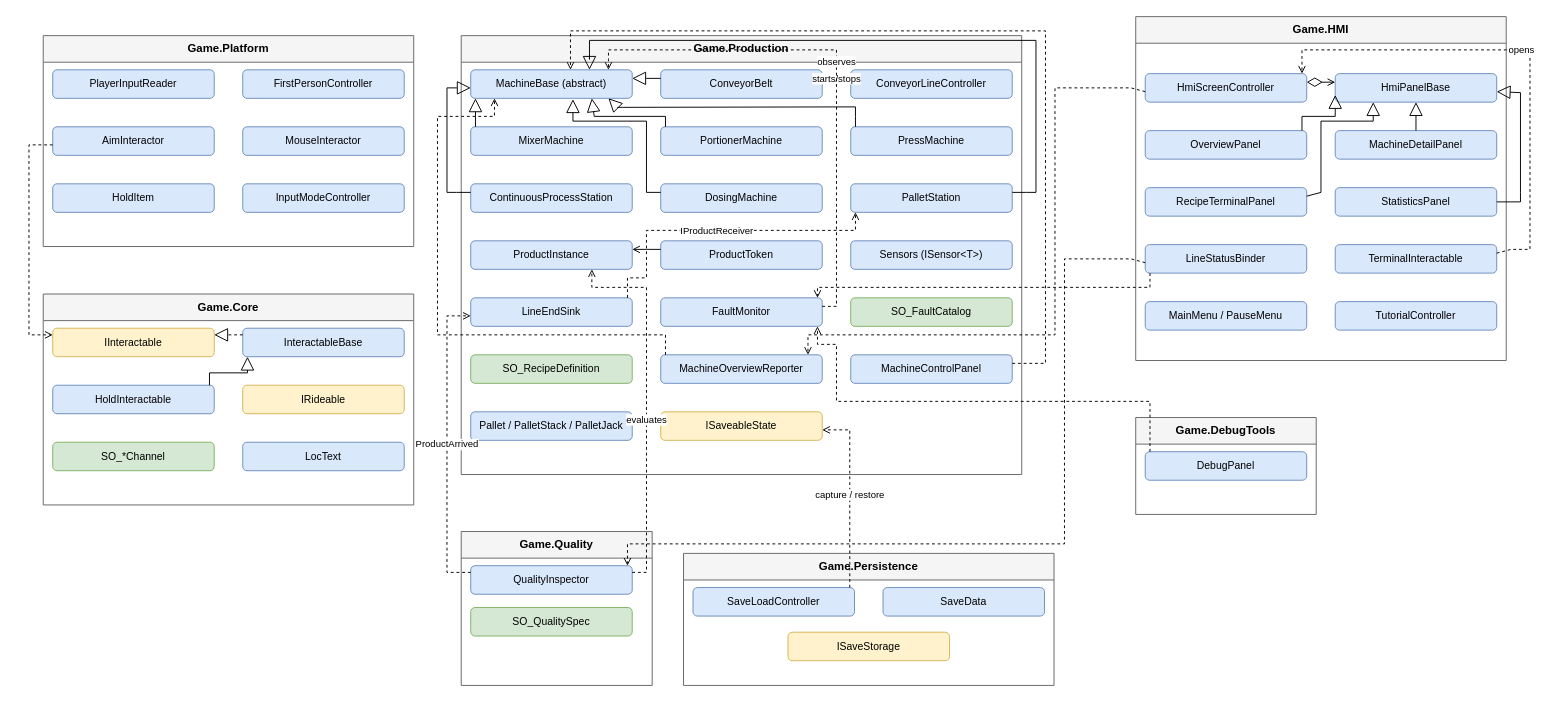
letusgetLogic/food-production-simulator keeps this draw.io diagram as page "2 Overview" (2 of 11) of Docs/UML/FPS-UML.drawio. Above is the earlier version. Source tidied: cells renumbered, new cells numbered last; positions are measured from the earlier drawing's top-left corner, leaving out a move shared by most shapes. Both pictures are drawn from the tidied source at 95%, with x=0, y=0 at pixel (28, 16).
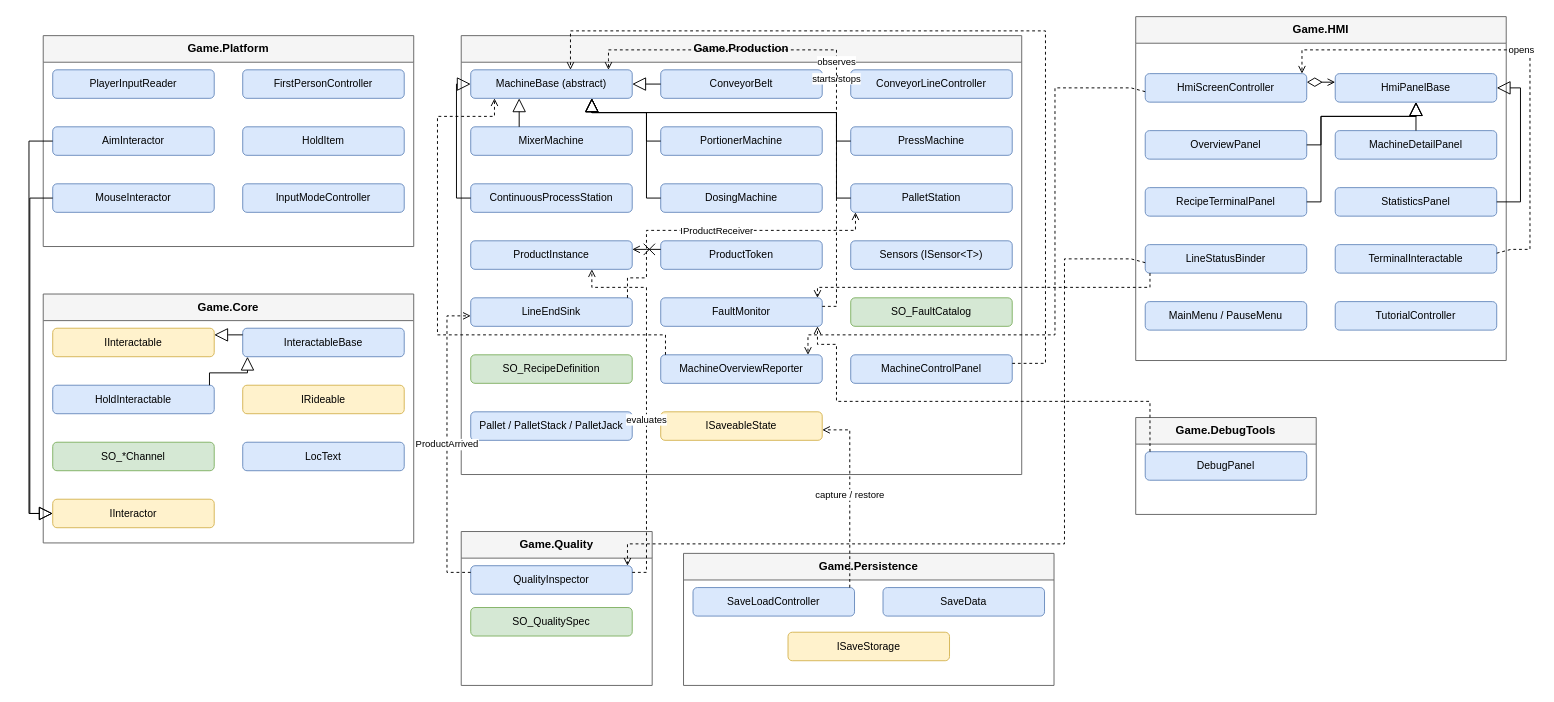
After the change.

The change refers to these unchanged cells:
```xml
<mxCell id="2" value="Game.Platform" style="swimlane;fontStyle=1;startSize=28;html=1;whiteSpace=wrap;fillColor=#f5f5f5;strokeColor=#666666;swimlaneFillColor=#ffffff;" parent="1" vertex="1">
  <mxGeometry x="15" y="20" width="390" height="222" as="geometry" />
</mxCell>
<mxCell id="5" value="AimInteractor" style="rounded=1;whiteSpace=wrap;html=1;fillColor=#dae8fc;strokeColor=#6c8ebf;fontSize=11;" parent="2" vertex="1">
  <mxGeometry x="10" y="96" width="170" height="30" as="geometry" />
</mxCell>
<mxCell id="10" value="IInteractable" style="rounded=1;whiteSpace=wrap;html=1;fillColor=#fff2cc;strokeColor=#d6b656;fontSize=11;" parent="9" vertex="1">
  <mxGeometry x="10" y="36" width="170" height="30" as="geometry" />
</mxCell>
<mxCell id="11" value="InteractableBase" style="rounded=1;whiteSpace=wrap;html=1;fillColor=#dae8fc;strokeColor=#6c8ebf;fontSize=11;" parent="9" vertex="1">
  <mxGeometry x="210" y="36" width="170" height="30" as="geometry" />
</mxCell>
<mxCell id="17" value="MachineBase (abstract)" style="rounded=1;whiteSpace=wrap;html=1;fillColor=#dae8fc;strokeColor=#6c8ebf;fontSize=11;" parent="16" vertex="1">
  <mxGeometry x="10" y="36" width="170" height="30" as="geometry" />
</mxCell>
<mxCell id="18" value="ConveyorBelt" style="rounded=1;whiteSpace=wrap;html=1;fillColor=#dae8fc;strokeColor=#6c8ebf;fontSize=11;" parent="16" vertex="1">
  <mxGeometry x="210" y="36" width="170" height="30" as="geometry" />
</mxCell>
<mxCell id="20" value="MixerMachine" style="rounded=1;whiteSpace=wrap;html=1;fillColor=#dae8fc;strokeColor=#6c8ebf;fontSize=11;" parent="16" vertex="1">
  <mxGeometry x="10" y="96" width="170" height="30" as="geometry" />
</mxCell>
<mxCell id="21" value="PortionerMachine" style="rounded=1;whiteSpace=wrap;html=1;fillColor=#dae8fc;strokeColor=#6c8ebf;fontSize=11;" parent="16" vertex="1">
  <mxGeometry x="210" y="96" width="170" height="30" as="geometry" />
</mxCell>
<mxCell id="22" value="PressMachine" style="rounded=1;whiteSpace=wrap;html=1;fillColor=#dae8fc;strokeColor=#6c8ebf;fontSize=11;" parent="16" vertex="1">
  <mxGeometry x="410" y="96" width="170" height="30" as="geometry" />
</mxCell>
<mxCell id="23" value="ContinuousProcessStation" style="rounded=1;whiteSpace=wrap;html=1;fillColor=#dae8fc;strokeColor=#6c8ebf;fontSize=11;" parent="16" vertex="1">
  <mxGeometry x="10" y="156" width="170" height="30" as="geometry" />
</mxCell>
<mxCell id="24" value="DosingMachine" style="rounded=1;whiteSpace=wrap;html=1;fillColor=#dae8fc;strokeColor=#6c8ebf;fontSize=11;" parent="16" vertex="1">
  <mxGeometry x="210" y="156" width="170" height="30" as="geometry" />
</mxCell>
<mxCell id="25" value="PalletStation" style="rounded=1;whiteSpace=wrap;html=1;fillColor=#dae8fc;strokeColor=#6c8ebf;fontSize=11;" parent="16" vertex="1">
  <mxGeometry x="410" y="156" width="170" height="30" as="geometry" />
</mxCell>
<mxCell id="26" value="ProductInstance" style="rounded=1;whiteSpace=wrap;html=1;fillColor=#dae8fc;strokeColor=#6c8ebf;fontSize=11;" parent="16" vertex="1">
  <mxGeometry x="10" y="216" width="170" height="30" as="geometry" />
</mxCell>
<mxCell id="27" value="ProductToken" style="rounded=1;whiteSpace=wrap;html=1;fillColor=#dae8fc;strokeColor=#6c8ebf;fontSize=11;" parent="16" vertex="1">
  <mxGeometry x="210" y="216" width="170" height="30" as="geometry" />
</mxCell>
<mxCell id="44" value="Game.HMI" style="swimlane;fontStyle=1;startSize=28;html=1;whiteSpace=wrap;fillColor=#f5f5f5;strokeColor=#666666;swimlaneFillColor=#ffffff;" parent="1" vertex="1">
  <mxGeometry x="1165" width="390" height="362" as="geometry" />
</mxCell>
<mxCell id="46" value="HmiPanelBase" style="rounded=1;whiteSpace=wrap;html=1;fillColor=#dae8fc;strokeColor=#6c8ebf;fontSize=11;" parent="44" vertex="1">
  <mxGeometry x="210" y="60" width="170" height="30" as="geometry" />
</mxCell>
<mxCell id="47" value="OverviewPanel" style="rounded=1;whiteSpace=wrap;html=1;fillColor=#dae8fc;strokeColor=#6c8ebf;fontSize=11;" parent="44" vertex="1">
  <mxGeometry x="10" y="120" width="170" height="30" as="geometry" />
</mxCell>
<mxCell id="49" value="RecipeTerminalPanel" style="rounded=1;whiteSpace=wrap;html=1;fillColor=#dae8fc;strokeColor=#6c8ebf;fontSize=11;" parent="44" vertex="1">
  <mxGeometry x="10" y="180" width="170" height="30" as="geometry" />
</mxCell>
<mxCell id="50" value="StatisticsPanel" style="rounded=1;whiteSpace=wrap;html=1;fillColor=#dae8fc;strokeColor=#6c8ebf;fontSize=11;" parent="44" vertex="1">
  <mxGeometry x="210" y="180" width="170" height="30" as="geometry" />
</mxCell>
```

Diff of the diagram source:
```diff
@@
     <mxCell id="6" value="MouseInteractor" style="rounded=1;whiteSpace=wrap;html=1;fillColor=#dae8fc;strokeColor=#6c8ebf;fontSize=11;" parent="2" vertex="1">
-      <mxGeometry x="210" y="96" width="170" height="30" as="geometry" />
+      <mxGeometry x="10" y="156" width="170" height="30" as="geometry" />
     </mxCell>
     <mxCell id="7" value="HoldItem" style="rounded=1;whiteSpace=wrap;html=1;fillColor=#dae8fc;strokeColor=#6c8ebf;fontSize=11;" parent="2" vertex="1">
-      <mxGeometry x="10" y="156" width="170" height="30" as="geometry" />
+      <mxGeometry x="210" y="96" width="170" height="30" as="geometry" />
     </mxCell>
@@
     <mxCell id="9" value="Game.Core" style="swimlane;fontStyle=1;startSize=28;html=1;whiteSpace=wrap;fillColor=#f5f5f5;strokeColor=#666666;swimlaneFillColor=#ffffff;" parent="1" vertex="1">
-      <mxGeometry x="15" y="292" width="390" height="222" as="geometry" />
+      <mxGeometry x="15" y="292" width="390" height="262" as="geometry" />
     </mxCell>
@@
+    <mxCell id="86" value="IInteractor" style="rounded=1;whiteSpace=wrap;html=1;fillColor=#fff2cc;strokeColor=#d6b656;fontSize=11;" parent="9" vertex="1">
+      <mxGeometry x="10" y="216" width="170" height="30" as="geometry" />
+    </mxCell>
@@
-    <mxCell id="55" style="html=1;rounded=0;fontSize=10;labelBackgroundColor=#ffffff;edgeStyle=none;endArrow=block;endFill=0;endSize=12;exitX=0.9706;exitY=0.0000;exitDx=0;exitDy=0;entryX=0;entryY=0.75;entryDx=0;entryDy=0;" parent="44" edge="1" source="47" target="46">
-      <mxGeometry x="-0.23" relative="1" as="geometry">
+    <mxCell id="55" style="html=1;rounded=0;fontSize=10;labelBackgroundColor=#ffffff;edgeStyle=none;endArrow=block;endFill=0;endSize=12;exitX=1;exitY=0.5;exitDx=0;exitDy=0;entryX=0.5;entryY=1;entryDx=0;entryDy=0;" parent="1" edge="1" source="47" target="46">
+      <mxGeometry relative="1" as="geometry">
         <Array as="points">
-          <mxPoint x="175" y="105" />
-          <mxPoint x="210" y="105" />
+          <mxPoint x="1360" y="135" />
+          <mxPoint x="1360" y="105" />
+          <mxPoint x="1460" y="105" />
         </Array>
       </mxGeometry>
     </mxCell>
@@
-    <mxCell id="58" style="html=1;rounded=0;fontSize=10;labelBackgroundColor=#ffffff;edgeStyle=none;endArrow=block;endFill=0;endSize=12;exitX=0.0294;exitY=0.0000;exitDx=0;exitDy=0;entryX=0.0294;entryY=1.0000;entryDx=0;entryDy=0;" parent="1" edge="1" source="20" target="17">
-      <mxGeometry relative="1" as="geometry">
-        <Array as="points">
-          <mxPoint x="470" y="105" />
-        </Array>
-      </mxGeometry>
+    <mxCell id="58" style="html=1;rounded=0;fontSize=10;labelBackgroundColor=#ffffff;edgeStyle=none;endArrow=block;endFill=0;endSize=12;exitX=0.3;exitY=0;exitDx=0;exitDy=0;entryX=0.3;entryY=1;entryDx=0;entryDy=0;" parent="1" edge="1" source="20" target="17">
+      <mxGeometry relative="1" as="geometry" />
     </mxCell>
@@
-    <mxCell id="60" style="html=1;rounded=0;fontSize=10;labelBackgroundColor=#ffffff;edgeStyle=none;endArrow=block;endFill=0;endSize=12;exitX=0.0000;exitY=0.3000;exitDx=0;exitDy=0;entryX=0.0000;entryY=0.6333;entryDx=0;entryDy=0;" parent="1" edge="1" source="23" target="17">
+    <mxCell id="60" style="html=1;rounded=0;fontSize=10;labelBackgroundColor=#ffffff;edgeStyle=none;endArrow=block;endFill=0;endSize=12;exitX=0;exitY=0.5;exitDx=0;exitDy=0;entryX=0;entryY=0.5;entryDx=0;entryDy=0;" parent="1" edge="1" source="23" target="17">
       <mxGeometry relative="1" as="geometry">
         <Array as="points">
-          <mxPoint x="450" y="185" />
-          <mxPoint x="440" y="185" />
-          <mxPoint x="440" y="75" />
-          <mxPoint x="450" y="75" />
+          <mxPoint x="450" y="191" />
+          <mxPoint x="450" y="71" />
         </Array>
       </mxGeometry>
     </mxCell>
-    <mxCell id="61" style="html=1;rounded=0;fontSize=10;labelBackgroundColor=#ffffff;edgeStyle=none;endArrow=block;endFill=0;endSize=12;exitX=1;exitY=0.5;exitDx=0;exitDy=0;entryX=1.0000;entryY=0.6333;entryDx=0;entryDy=0;" parent="1" edge="1" source="50" target="46">
-      <mxGeometry x="0.01" relative="1" as="geometry">
+    <mxCell id="61" style="html=1;rounded=0;fontSize=10;labelBackgroundColor=#ffffff;edgeStyle=none;endArrow=block;endFill=0;endSize=12;exitX=1;exitY=0.5;exitDx=0;exitDy=0;entryX=1;entryY=0.5;entryDx=0;entryDy=0;" parent="1" edge="1" source="50" target="46">
+      <mxGeometry relative="1" as="geometry">
         <Array as="points">
           <mxPoint x="1570" y="195" />
-          <mxPoint x="1570" y="185" />
-          <mxPoint x="1570" y="80" />
+          <mxPoint x="1570" y="75" />
         </Array>
       </mxGeometry>
     </mxCell>
-    <mxCell id="62" style="html=1;rounded=0;fontSize=10;labelBackgroundColor=#ffffff;edgeStyle=none;endArrow=block;endFill=0;endSize=12;exitX=0.0000;exitY=0.3000;exitDx=0;exitDy=0;entryX=1.0000;entryY=0.3000;entryDx=0;entryDy=0;" parent="1" edge="1" source="18" target="17">
-      <mxGeometry relative="1" as="geometry">
-        <Array as="points">
-          <mxPoint x="650" y="65" />
-        </Array>
-      </mxGeometry>
+    <mxCell id="62" style="html=1;rounded=0;fontSize=10;labelBackgroundColor=#ffffff;edgeStyle=none;endArrow=block;endFill=0;endSize=12;exitX=0;exitY=0.5;exitDx=0;exitDy=0;entryX=1;entryY=0.5;entryDx=0;entryDy=0;" parent="1" edge="1" source="18" target="17">
+      <mxGeometry relative="1" as="geometry" />
     </mxCell>
@@
-    <mxCell id="64" style="html=1;rounded=0;fontSize=10;labelBackgroundColor=#ffffff;edgeStyle=none;endArrow=open;endFill=0;exitX=0.0000;exitY=0.3000;exitDx=0;exitDy=0;entryX=1.0000;entryY=0.3000;entryDx=0;entryDy=0;" parent="1" edge="1" source="27" target="26">
+    <mxCell id="64" style="html=1;rounded=0;fontSize=10;labelBackgroundColor=#ffffff;edgeStyle=none;endArrow=open;endFill=0;exitX=0.0000;exitY=0.3000;exitDx=0;exitDy=0;entryX=1.0000;entryY=0.3000;entryDx=0;entryDy=0;startArrow=cross;startSize=10;startFill=0;" parent="1" edge="1" source="27" target="26">
       <mxGeometry relative="1" as="geometry">
         <Array as="points">
           <mxPoint x="650" y="245" />
         </Array>
       </mxGeometry>
     </mxCell>
@@
-    <mxCell id="66" style="html=1;rounded=0;fontSize=10;labelBackgroundColor=#ffffff;edgeStyle=none;endArrow=block;endFill=0;endSize=12;dashed=1;exitX=0.0000;exitY=0.2333;exitDx=0;exitDy=0;entryX=1.0000;entryY=0.2333;entryDx=0;entryDy=0;" parent="1" edge="1" source="11" target="10">
+    <mxCell id="66" style="html=1;rounded=0;fontSize=10;labelBackgroundColor=#ffffff;edgeStyle=none;endArrow=block;endFill=0;endSize=12;exitX=0.0000;exitY=0.2333;exitDx=0;exitDy=0;entryX=1.0000;entryY=0.2333;entryDx=0;entryDy=0;" parent="1" edge="1" source="11" target="10">
       <mxGeometry relative="1" as="geometry">
         <Array as="points">
           <mxPoint x="210" y="335" />
         </Array>
       </mxGeometry>
     </mxCell>
-    <mxCell id="67" style="html=1;rounded=0;fontSize=10;labelBackgroundColor=#ffffff;edgeStyle=none;endArrow=open;endFill=0;dashed=1;exitX=0.0000;exitY=0.6333;exitDx=0;exitDy=0;entryX=0.0000;entryY=0.2333;entryDx=0;entryDy=0;" parent="1" edge="1" source="5" target="10">
+    <mxCell id="67" style="html=1;rounded=0;fontSize=10;labelBackgroundColor=#ffffff;edgeStyle=none;endArrow=block;endFill=0;endSize=12;exitX=0;exitY=0.5;exitDx=0;exitDy=0;entryX=0;entryY=0.5;entryDx=0;entryDy=0;" parent="1" edge="1" source="5" target="86">
       <mxGeometry relative="1" as="geometry">
         <Array as="points">
-          <mxPoint x="10" y="135" />
-          <mxPoint y="135" />
-          <mxPoint y="335" />
-          <mxPoint x="10" y="335" />
+          <mxPoint y="131" />
+          <mxPoint y="523" />
         </Array>
       </mxGeometry>
     </mxCell>
+    <mxCell id="87" style="html=1;rounded=0;fontSize=10;labelBackgroundColor=#ffffff;edgeStyle=orthogonalEdgeStyle;endArrow=block;endFill=0;endSize=12;exitX=0;exitY=0.5;exitDx=0;exitDy=0;entryX=0;entryY=0.5;entryDx=0;entryDy=0;" parent="1" edge="1" source="6" target="86">
+      <mxGeometry x="0.96" relative="1" as="geometry">
+        <Array as="points">
+          <mxPoint x="0.9" y="190.8" />
+          <mxPoint x="0.9" y="523.1" />
+        </Array>
+      </mxGeometry>
+    </mxCell>
-    <mxCell id="68" style="html=1;rounded=0;fontSize=10;labelBackgroundColor=#ffffff;edgeStyle=none;endArrow=block;endFill=0;endSize=12;exitX=0.0294;exitY=0.0000;exitDx=0;exitDy=0;entryX=0.75;entryY=1;entryDx=0;entryDy=0;" parent="1" edge="1" source="21" target="17">
-      <mxGeometry x="-0.33" relative="1" as="geometry">
+    <mxCell id="68" style="html=1;rounded=0;fontSize=10;labelBackgroundColor=#ffffff;edgeStyle=none;endArrow=block;endFill=0;endSize=12;exitX=0;exitY=0.5;exitDx=0;exitDy=0;entryX=0.75;entryY=1;entryDx=0;entryDy=0;" parent="1" edge="1" source="21" target="17">
+      <mxGeometry relative="1" as="geometry">
         <Array as="points">
-          <mxPoint x="670" y="105" />
-          <mxPoint x="595" y="105" />
+          <mxPoint x="650" y="131" />
+          <mxPoint x="650" y="101" />
+          <mxPoint x="592.5" y="101" />
         </Array>
       </mxGeometry>
     </mxCell>
@@
-    <mxCell id="71" style="html=1;rounded=0;fontSize=10;labelBackgroundColor=#ffffff;edgeStyle=none;endArrow=block;endFill=0;endSize=12;exitX=0.0000;exitY=0.3000;exitDx=0;exitDy=0;entryX=0.633;entryY=1.03;entryDx=0;entryDy=0;entryPerimeter=0;" parent="1" edge="1" source="24" target="17">
-      <mxGeometry x="-0.37" relative="1" as="geometry">
+    <mxCell id="71" style="html=1;rounded=0;fontSize=10;labelBackgroundColor=#ffffff;edgeStyle=none;endArrow=block;endFill=0;endSize=12;exitX=0;exitY=0.5;exitDx=0;exitDy=0;entryX=0.75;entryY=1;entryDx=0;entryDy=0;" parent="1" edge="1" source="24" target="17">
+      <mxGeometry relative="1" as="geometry">
         <Array as="points">
-          <mxPoint x="650" y="185" />
-          <mxPoint x="650" y="110" />
-          <mxPoint x="572.6" y="110" />
+          <mxPoint x="650" y="191" />
+          <mxPoint x="650" y="101" />
+          <mxPoint x="592.5" y="101" />
         </Array>
       </mxGeometry>
     </mxCell>
-    <mxCell id="72" style="html=1;rounded=0;fontSize=10;labelBackgroundColor=#ffffff;edgeStyle=none;endArrow=block;endFill=0;endSize=12;exitX=1.0000;exitY=0.3000;exitDx=0;exitDy=0;" parent="1" edge="1" source="49">
-      <mxGeometry x="-0.3" relative="1" as="geometry">
-        <mxPoint x="1415" y="90" as="targetPoint" />
+    <mxCell id="72" style="html=1;rounded=0;fontSize=10;labelBackgroundColor=#ffffff;edgeStyle=none;endArrow=block;endFill=0;endSize=12;exitX=1;exitY=0.5;exitDx=0;exitDy=0;entryX=0.5;entryY=1;entryDx=0;entryDy=0;" parent="1" edge="1" source="49" target="46">
+      <mxGeometry relative="1" as="geometry">
         <Array as="points">
-          <mxPoint x="1360" y="185" />
-          <mxPoint x="1360" y="110" />
-          <mxPoint x="1415" y="110" />
+          <mxPoint x="1360" y="195" />
+          <mxPoint x="1360" y="105" />
+          <mxPoint x="1460" y="105" />
         </Array>
       </mxGeometry>
     </mxCell>
@@
-    <mxCell id="76" style="html=1;rounded=0;fontSize=10;labelBackgroundColor=#ffffff;edgeStyle=none;endArrow=block;endFill=0;endSize=12;exitX=0.0294;exitY=0.0000;exitDx=0;exitDy=0;entryX=0.8529;entryY=1.0000;entryDx=0;entryDy=0;" parent="1" edge="1" source="22" target="17">
-      <mxGeometry x="0.09" relative="1" as="geometry">
+    <mxCell id="76" style="html=1;rounded=0;fontSize=10;labelBackgroundColor=#ffffff;edgeStyle=none;endArrow=block;endFill=0;endSize=12;exitX=0;exitY=0.5;exitDx=0;exitDy=0;entryX=0.75;entryY=1;entryDx=0;entryDy=0;" parent="1" edge="1" source="22" target="17">
+      <mxGeometry relative="1" as="geometry">
         <Array as="points">
-          <mxPoint x="870" y="105" />
-          <mxPoint x="870" y="95" />
-          <mxPoint x="625" y="95.5" />
-          <mxPoint x="619.5" y="95.5" />
+          <mxPoint x="850" y="131" />
+          <mxPoint x="850" y="101" />
+          <mxPoint x="592.5" y="101" />
         </Array>
       </mxGeometry>
     </mxCell>
@@
-    <mxCell id="78" style="html=1;rounded=0;fontSize=10;labelBackgroundColor=#ffffff;edgeStyle=none;endArrow=block;endFill=0;endSize=12;exitX=1.0000;exitY=0.3000;exitDx=0;exitDy=0;entryX=0.7353;entryY=0.0000;entryDx=0;entryDy=0;" parent="1" edge="1" source="25" target="17">
+    <mxCell id="78" style="html=1;rounded=0;fontSize=10;labelBackgroundColor=#ffffff;edgeStyle=none;endArrow=block;endFill=0;endSize=12;exitX=0;exitY=0.5;exitDx=0;exitDy=0;entryX=0.75;entryY=1;entryDx=0;entryDy=0;" parent="1" edge="1" source="25" target="17">
       <mxGeometry relative="1" as="geometry">
         <Array as="points">
-          <mxPoint x="1050" y="185" />
-          <mxPoint x="1060" y="185" />
-          <mxPoint x="1060" y="25" />
-          <mxPoint x="590" y="25" />
-          <mxPoint x="590" y="45" />
+          <mxPoint x="850" y="191" />
+          <mxPoint x="850" y="101" />
+          <mxPoint x="592.5" y="101" />
         </Array>
       </mxGeometry>
     </mxCell>
```
